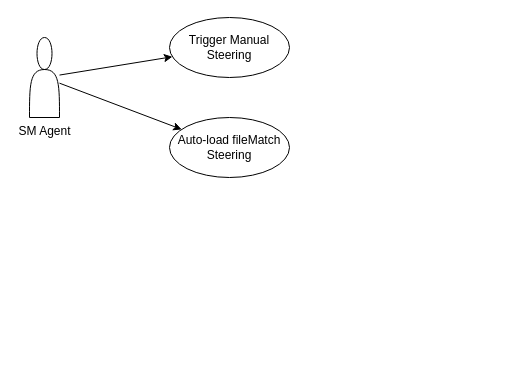
Above: documents/SA4E-187/diagrams/use-case.drawio in TranHoang1/SDLC-Agents-4-Enteprise (draw.io), before the change. Source tidied: cells renumbered, new cells numbered last; positions are measured from the earlier drawing's top-left corner, leaving out a move shared by most shapes. Both pictures are drawn from the tidied source at 100%, with x=0, y=0 at pixel (29, 17).
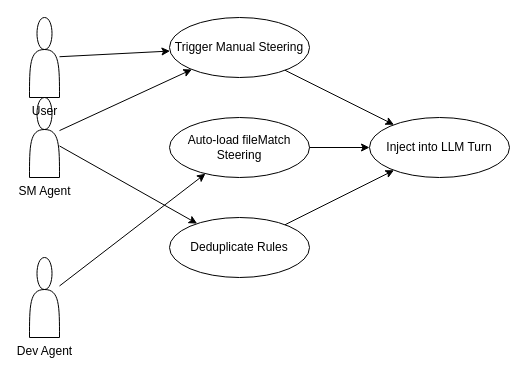
Above is the later version.

Change to the diagram source:
```diff
@@
 <mxGraphModel>
   <root>
     <mxCell id="0" />
     <mxCell id="1" parent="0" />
     <mxCell id="2" value="SM Agent" style="shape=actor;verticalLabelPosition=bottom;verticalAlign=top;html=1;" parent="1" vertex="1">
-      <mxGeometry y="20" width="30" height="80" as="geometry" />
+      <mxGeometry y="80" width="30" height="80" as="geometry" />
     </mxCell>
+    <mxCell id="7" value="Dev Agent" style="shape=actor;verticalLabelPosition=bottom;verticalAlign=top;html=1;" parent="1" vertex="1">
+      <mxGeometry y="240" width="30" height="80" as="geometry" />
+    </mxCell>
+    <mxCell id="8" value="User" style="shape=actor;verticalLabelPosition=bottom;verticalAlign=top;html=1;" parent="1" vertex="1">
+      <mxGeometry width="30" height="80" as="geometry" />
+    </mxCell>
     <mxCell id="3" value="Trigger Manual Steering" style="ellipse;whiteSpace=wrap;html=1;" parent="1" vertex="1">
-      <mxGeometry x="140" width="120" height="60" as="geometry" />
+      <mxGeometry x="140" width="140" height="60" as="geometry" />
     </mxCell>
     <mxCell id="4" value="Auto-load fileMatch Steering" style="ellipse;whiteSpace=wrap;html=1;" parent="1" vertex="1">
-      <mxGeometry x="140" y="100" width="120" height="60" as="geometry" />
+      <mxGeometry x="140" y="100" width="140" height="60" as="geometry" />
     </mxCell>
+    <mxCell id="9" value="Deduplicate Rules" style="ellipse;whiteSpace=wrap;html=1;" parent="1" vertex="1">
+      <mxGeometry x="140" y="200" width="140" height="60" as="geometry" />
+    </mxCell>
+    <mxCell id="10" value="Inject into LLM Turn" style="ellipse;whiteSpace=wrap;html=1;" parent="1" vertex="1">
+      <mxGeometry x="340" y="100" width="140" height="60" as="geometry" />
+    </mxCell>
     <mxCell id="5" parent="1" edge="1" source="2" target="3">
       <mxGeometry relative="1" as="geometry" />
     </mxCell>
-    <mxCell id="6" parent="1" edge="1" source="2" target="4">
+    <mxCell id="6" parent="1" edge="1" source="2" target="9">
       <mxGeometry relative="1" as="geometry" />
     </mxCell>
+    <mxCell id="11" parent="1" edge="1" source="7" target="4">
+      <mxGeometry relative="1" as="geometry" />
+    </mxCell>
+    <mxCell id="12" parent="1" edge="1" source="8" target="3">
+      <mxGeometry relative="1" as="geometry" />
+    </mxCell>
+    <mxCell id="13" parent="1" edge="1" source="3" target="10">
+      <mxGeometry relative="1" as="geometry" />
+    </mxCell>
+    <mxCell id="14" parent="1" edge="1" source="4" target="10">
+      <mxGeometry relative="1" as="geometry" />
+    </mxCell>
+    <mxCell id="15" parent="1" edge="1" source="9" target="10">
+      <mxGeometry relative="1" as="geometry" />
+    </mxCell>
   </root>
 </mxGraphModel>
```
